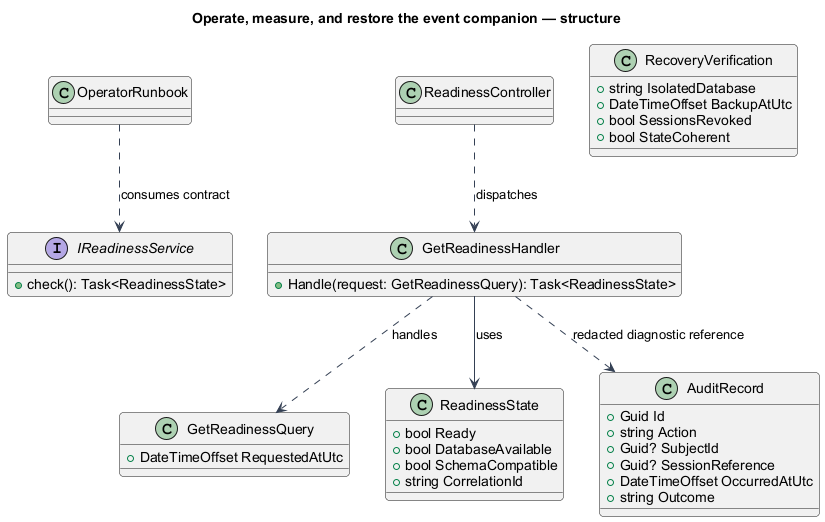
QuinntyneBrown/faithtech-toronto-ai-build-event keeps this PlantUML diagram as docs/detailed-designs/operations/operate-and-restore/diagrams/classes.png. Above is the earlier version. Source of this version:
```plantuml
@startuml
skinparam backgroundColor #FFFFFF
skinparam shadowing false
skinparam defaultFontName Arial
skinparam ArrowColor #344054
skinparam roundcorner 8
title Operate, measure, and restore the event companion — structure
interface IReadinessService {
+check(): Task<ReadinessState>
}
class OperatorRunbook
OperatorRunbook ..> IReadinessService : consumes contract
class ReadinessController
class GetReadinessHandler {
  +Handle(request: GetReadinessQuery): Task<ReadinessState>
}
class GetReadinessQuery {
+DateTimeOffset RequestedAtUtc
}
class ReadinessState {
+bool Ready
+bool DatabaseAvailable
+bool SchemaCompatible
+string CorrelationId
}
ReadinessController ..> GetReadinessHandler : dispatches
GetReadinessHandler ..> GetReadinessQuery : handles
GetReadinessHandler --> ReadinessState : uses
class AuditRecord {
 +Guid Id
 +string Action
 +Guid? SubjectId
 +Guid? SessionReference
 +DateTimeOffset OccurredAtUtc
 +string Outcome
}
class RecoveryVerification {
 +string IsolatedDatabase
 +DateTimeOffset BackupAtUtc
 +bool SessionsRevoked
 +bool StateCoherent
}
GetReadinessHandler ..> AuditRecord : redacted diagnostic reference
@enduml
```
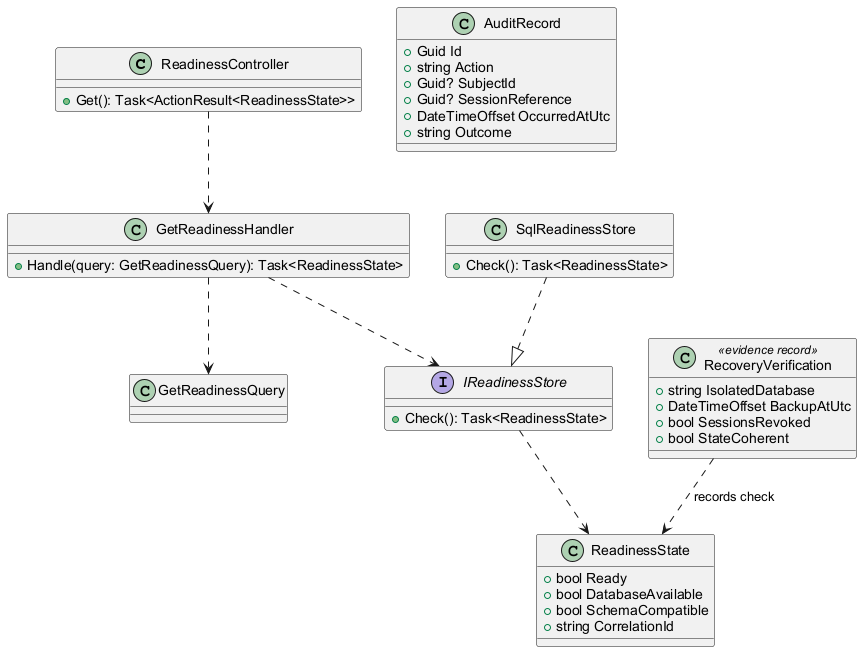
After the commit.

Change to the diagram source:
```diff
@@ -2,30 +2,25 @@
 skinparam backgroundColor #FFFFFF
 skinparam shadowing false
 skinparam defaultFontName Arial
-skinparam ArrowColor #344054
-skinparam roundcorner 8
-title Operate, measure, and restore the event companion — structure
-interface IReadinessService {
-+check(): Task<ReadinessState>
+class ReadinessController {
+ +Get(): Task<ActionResult<ReadinessState>>
 }
-class OperatorRunbook
-OperatorRunbook ..> IReadinessService : consumes contract
-class ReadinessController
 class GetReadinessHandler {
-  +Handle(request: GetReadinessQuery): Task<ReadinessState>
+ +Handle(query: GetReadinessQuery): Task<ReadinessState>
 }
-class GetReadinessQuery {
-+DateTimeOffset RequestedAtUtc
+class GetReadinessQuery
+interface IReadinessStore {
+ +Check(): Task<ReadinessState>
+}
+class SqlReadinessStore {
+ +Check(): Task<ReadinessState>
 }
 class ReadinessState {
-+bool Ready
-+bool DatabaseAvailable
-+bool SchemaCompatible
-+string CorrelationId
+ +bool Ready
+ +bool DatabaseAvailable
+ +bool SchemaCompatible
+ +string CorrelationId
 }
-ReadinessController ..> GetReadinessHandler : dispatches
-GetReadinessHandler ..> GetReadinessQuery : handles
-GetReadinessHandler --> ReadinessState : uses
 class AuditRecord {
  +Guid Id
  +string Action
@@ -34,11 +29,17 @@
  +DateTimeOffset OccurredAtUtc
  +string Outcome
 }
-class RecoveryVerification {
+class RecoveryVerification <<evidence record>> {
  +string IsolatedDatabase
  +DateTimeOffset BackupAtUtc
  +bool SessionsRevoked
  +bool StateCoherent
 }
-GetReadinessHandler ..> AuditRecord : redacted diagnostic reference
+ReadinessController ..> GetReadinessHandler
+GetReadinessHandler ..> GetReadinessQuery
+GetReadinessHandler ..> IReadinessStore
+SqlReadinessStore ..|> IReadinessStore
+IReadinessStore ..> ReadinessState
+RecoveryVerification ..> ReadinessState : records check
+
 @enduml
```
